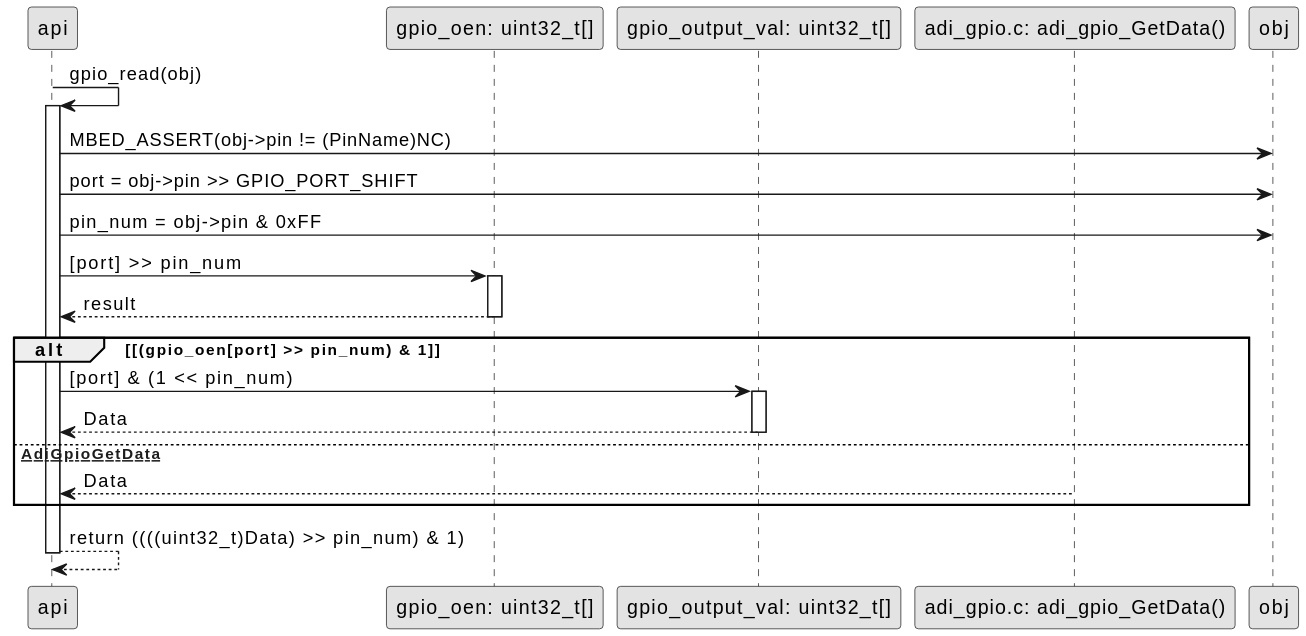
Before: ai-design/sequence/gpio_read.svg, a diagram exported from PlantUML (Bhagyani08/test_project). Source of this version:
```plantuml
@startuml
skinparam monochrome true

participant "api" as Api
participant "gpio_oen: uint32_t[]" as GpioOen
participant "gpio_output_val: uint32_t[]" as GpioOutputVal
participant "adi_gpio.c: adi_gpio_GetData()" as AdiGpioGetData

Api -> Api : gpio_read(obj)
activate Api

Api -> obj : MBED_ASSERT(obj->pin != (PinName)NC)
Api -> obj : port = obj->pin >> GPIO_PORT_SHIFT
Api -> obj : pin_num = obj->pin & 0xFF

Api -> GpioOen : [port] >> pin_num
activate GpioOen
GpioOen --> Api : result
deactivate GpioOen
alt [(gpio_oen[port] >> pin_num) & 1]
    Api -> GpioOutputVal : [port] & (1 << pin_num)
    activate GpioOutputVal
    GpioOutputVal --> Api : Data
    deactivate GpioOutputVal
else [activate AdiGpioGetData]
    AdiGpioGetData --> Api : Data
    deactivate AdiGpioGetData
end

Api --> Api : return ((((uint32_t)Data) >> pin_num) & 1)

deactivate Api
@enduml
```
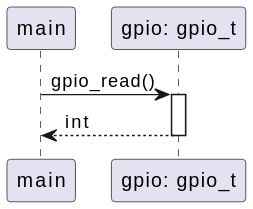
Above is the later version.

Commit message:
Auto-update AI design diagrams

The edit, as a diff of the source:
```diff
@@ -1,33 +1,9 @@
 @startuml
-skinparam monochrome true
+participant "main" as Main
+participant "gpio: gpio_t" as GPIO
 
-participant "api" as Api
-participant "gpio_oen: uint32_t[]" as GpioOen
-participant "gpio_output_val: uint32_t[]" as GpioOutputVal
-participant "adi_gpio.c: adi_gpio_GetData()" as AdiGpioGetData
-
-Api -> Api : gpio_read(obj)
-activate Api
-
-Api -> obj : MBED_ASSERT(obj->pin != (PinName)NC)
-Api -> obj : port = obj->pin >> GPIO_PORT_SHIFT
-Api -> obj : pin_num = obj->pin & 0xFF
-
-Api -> GpioOen : [port] >> pin_num
-activate GpioOen
-GpioOen --> Api : result
-deactivate GpioOen
-alt [(gpio_oen[port] >> pin_num) & 1]
-    Api -> GpioOutputVal : [port] & (1 << pin_num)
-    activate GpioOutputVal
-    GpioOutputVal --> Api : Data
-    deactivate GpioOutputVal
-else [activate AdiGpioGetData]
-    AdiGpioGetData --> Api : Data
-    deactivate AdiGpioGetData
-end
-
-Api --> Api : return ((((uint32_t)Data) >> pin_num) & 1)
-
-deactivate Api
+Main -> GPIO : gpio_read()
+activate GPIO
+GPIO --> Main : int
+deactivate GPIO
 @enduml
```
